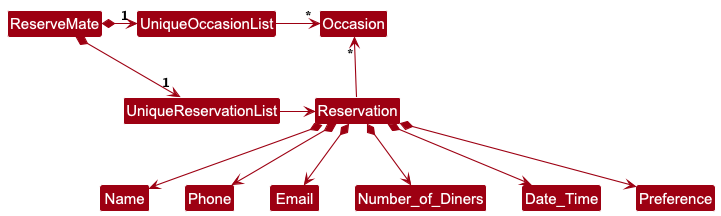
feliciahmq/tp keeps this PlantUML diagram as docs/images/BetterModelClassDiagram.png. Above is the earlier version. Its source is kept beside it as docs/diagrams/BetterModelClassDiagram.puml.
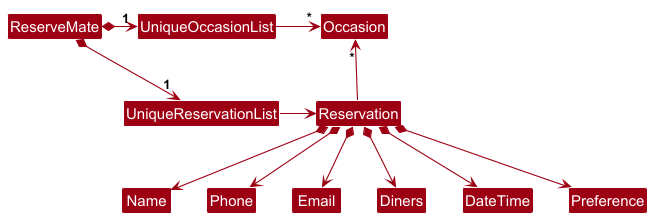
After the commit.

Change to the diagram source:
```diff
@@ -17,7 +17,7 @@
 Reservation *--> Name
 Reservation *--> Phone
 Reservation *--> Email
-Reservation *--> Number_of_Diners
-Reservation *--> Date_Time
+Reservation *--> Diners
+Reservation *--> DateTime
 Reservation *--> Preference
 @enduml
```
